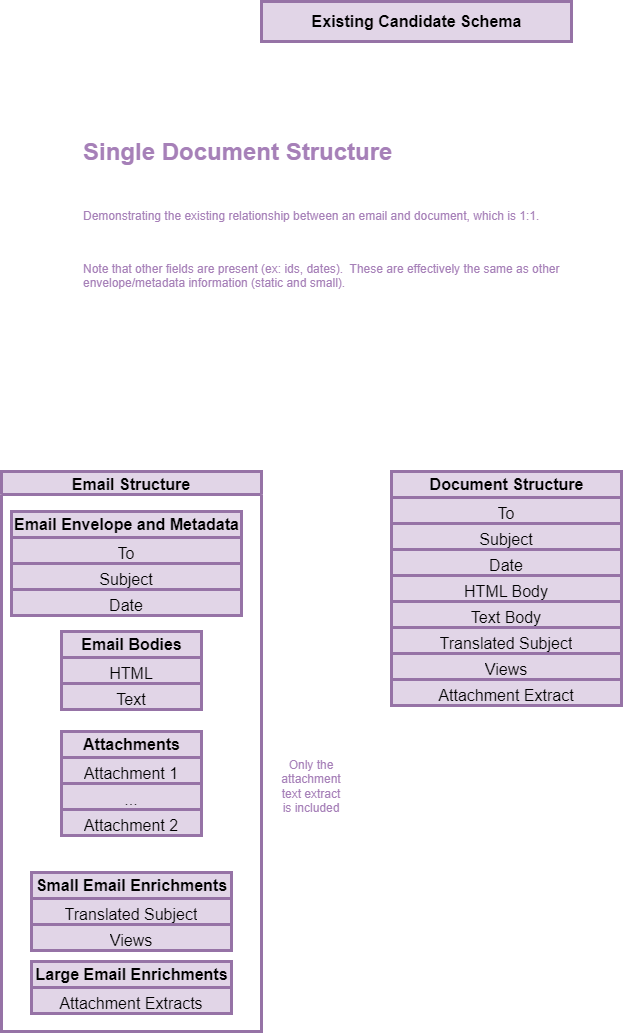
Before: notes/diagrams/existing-candidate.png, a diagram exported from draw.io (maybe-another-name/elastic-things). Source tidied: cells renumbered, new cells last; positions are measured from the earlier drawing's top-left corner, leaving out a move shared by most shapes. The source it was exported from:
```xml
<mxGraphModel>
  <root>
    <mxCell id="0" />
    <mxCell id="1" parent="0" />
    <mxCell id="2" value="Existing Candidate Schema" style="text;strokeColor=#9673a6;fillColor=#e1d5e7;html=1;fontSize=16;fontStyle=1;verticalAlign=middle;align=center;strokeWidth=3;" parent="1" vertex="1">
      <mxGeometry x="260" width="310" height="40" as="geometry" />
    </mxCell>
    <mxCell id="3" value="&lt;h1 style=&quot;margin-top: 0px;&quot;&gt;Single Document Structure&lt;/h1&gt;&lt;div&gt;&lt;br&gt;&lt;/div&gt;&lt;p&gt;Demonstrating the existing relationship between an email and document, which is 1:1.&lt;/p&gt;&lt;p&gt;&lt;br&gt;&lt;/p&gt;&lt;p&gt;Note that other fields are present (ex: ids, dates).&amp;nbsp; These are effectively the same as other envelope/metadata information (static and small).&lt;/p&gt;" style="text;html=1;whiteSpace=wrap;overflow=hidden;rounded=0;fontColor=#A680B8;" parent="1" vertex="1">
      <mxGeometry x="80" y="130" width="530" height="240" as="geometry" />
    </mxCell>
    <mxCell id="4" value="Email Structure" style="swimlane;fillColor=#e1d5e7;strokeColor=#9673a6;fontSize=16;strokeWidth=3;align=center;" parent="1" vertex="1">
      <mxGeometry y="470" width="260" height="560" as="geometry" />
    </mxCell>
    <mxCell id="5" value="&lt;b&gt;Email Envelope and Metadata&lt;/b&gt;" style="swimlane;fontStyle=0;horizontal=1;startSize=26;fillColor=#e1d5e7;html=1;strokeColor=#9673a6;fontSize=16;strokeWidth=3;align=center;" parent="4" vertex="1">
      <mxGeometry x="10" y="40" width="230" height="104" as="geometry" />
    </mxCell>
    <mxCell id="6" value="To" style="text;strokeColor=#9673a6;fillColor=#e1d5e7;align=center;verticalAlign=top;spacingLeft=4;spacingRight=4;overflow=hidden;whiteSpace=wrap;html=1;fontSize=16;strokeWidth=3;" parent="5" vertex="1">
      <mxGeometry y="26" width="230" height="26" as="geometry" />
    </mxCell>
    <mxCell id="7" value="Subject" style="text;strokeColor=#9673a6;fillColor=#e1d5e7;align=center;verticalAlign=top;spacingLeft=4;spacingRight=4;overflow=hidden;whiteSpace=wrap;html=1;fontSize=16;strokeWidth=3;" parent="5" vertex="1">
      <mxGeometry y="52" width="230" height="26" as="geometry" />
    </mxCell>
    <mxCell id="8" value="Date" style="text;strokeColor=#9673a6;fillColor=#e1d5e7;align=center;verticalAlign=top;spacingLeft=4;spacingRight=4;overflow=hidden;whiteSpace=wrap;html=1;fontSize=16;strokeWidth=3;" parent="5" vertex="1">
      <mxGeometry y="78" width="230" height="26" as="geometry" />
    </mxCell>
    <mxCell id="9" value="&lt;b&gt;Attachments&lt;/b&gt;" style="swimlane;fontStyle=0;horizontal=1;startSize=26;fillColor=#e1d5e7;html=1;strokeColor=#9673a6;fontSize=16;strokeWidth=3;align=center;" parent="4" vertex="1">
      <mxGeometry x="60" y="260" width="140" height="104" as="geometry" />
    </mxCell>
    <mxCell id="10" value="Attachment 1" style="text;strokeColor=#9673a6;fillColor=#e1d5e7;align=center;verticalAlign=top;spacingLeft=4;spacingRight=4;overflow=hidden;whiteSpace=wrap;html=1;fontSize=16;strokeWidth=3;" parent="9" vertex="1">
      <mxGeometry y="26" width="140" height="26" as="geometry" />
    </mxCell>
    <mxCell id="11" value="..." style="text;strokeColor=#9673a6;fillColor=#e1d5e7;align=center;verticalAlign=top;spacingLeft=4;spacingRight=4;overflow=hidden;whiteSpace=wrap;html=1;fontSize=16;strokeWidth=3;" parent="9" vertex="1">
      <mxGeometry y="52" width="140" height="26" as="geometry" />
    </mxCell>
    <mxCell id="12" value="Attachment 2" style="text;strokeColor=#9673a6;fillColor=#e1d5e7;align=center;verticalAlign=top;spacingLeft=4;spacingRight=4;overflow=hidden;whiteSpace=wrap;html=1;fontSize=16;strokeWidth=3;" parent="9" vertex="1">
      <mxGeometry y="78" width="140" height="26" as="geometry" />
    </mxCell>
    <mxCell id="13" value="&lt;b&gt;Large Email Enrichments&lt;/b&gt;" style="swimlane;fontStyle=0;horizontal=1;startSize=26;fillColor=#e1d5e7;html=1;strokeColor=#9673a6;fontSize=16;strokeWidth=3;align=center;" parent="4" vertex="1">
      <mxGeometry x="30" y="490" width="200" height="52" as="geometry" />
    </mxCell>
    <mxCell id="14" value="Attachment Extracts" style="text;strokeColor=#9673a6;fillColor=#e1d5e7;align=center;verticalAlign=top;spacingLeft=4;spacingRight=4;overflow=hidden;whiteSpace=wrap;html=1;fontSize=16;strokeWidth=3;" parent="13" vertex="1">
      <mxGeometry y="26" width="200" height="26" as="geometry" />
    </mxCell>
    <mxCell id="15" value="&lt;b&gt;Email Bodies&lt;/b&gt;" style="swimlane;fontStyle=0;horizontal=1;startSize=26;fillColor=#e1d5e7;html=1;strokeColor=#9673a6;fontSize=16;strokeWidth=3;align=center;" parent="4" vertex="1">
      <mxGeometry x="60" y="160" width="140" height="78" as="geometry" />
    </mxCell>
    <mxCell id="16" value="HTML" style="text;strokeColor=#9673a6;fillColor=#e1d5e7;align=center;verticalAlign=top;spacingLeft=4;spacingRight=4;overflow=hidden;whiteSpace=wrap;html=1;fontSize=16;strokeWidth=3;" parent="15" vertex="1">
      <mxGeometry y="26" width="140" height="26" as="geometry" />
    </mxCell>
    <mxCell id="17" value="Text" style="text;strokeColor=#9673a6;fillColor=#e1d5e7;align=center;verticalAlign=top;spacingLeft=4;spacingRight=4;overflow=hidden;whiteSpace=wrap;html=1;fontSize=16;strokeWidth=3;" parent="15" vertex="1">
      <mxGeometry y="52" width="140" height="26" as="geometry" />
    </mxCell>
    <mxCell id="18" value="&lt;b&gt;Small Email Enrichments&lt;/b&gt;" style="swimlane;fontStyle=0;horizontal=1;startSize=26;fillColor=#e1d5e7;html=1;strokeColor=#9673a6;fontSize=16;strokeWidth=3;align=center;" parent="4" vertex="1">
      <mxGeometry x="30" y="401" width="200" height="78" as="geometry" />
    </mxCell>
    <mxCell id="19" value="Translated Subject" style="text;strokeColor=#9673a6;fillColor=#e1d5e7;align=center;verticalAlign=top;spacingLeft=4;spacingRight=4;overflow=hidden;whiteSpace=wrap;html=1;fontSize=16;strokeWidth=3;" parent="18" vertex="1">
      <mxGeometry y="26" width="200" height="26" as="geometry" />
    </mxCell>
    <mxCell id="20" value="Views" style="text;strokeColor=#9673a6;fillColor=#e1d5e7;align=center;verticalAlign=top;spacingLeft=4;spacingRight=4;overflow=hidden;whiteSpace=wrap;html=1;fontSize=16;strokeWidth=3;" parent="18" vertex="1">
      <mxGeometry y="52" width="200" height="26" as="geometry" />
    </mxCell>
    <mxCell id="21" value="&lt;b&gt;Document Structure&lt;/b&gt;" style="swimlane;fontStyle=0;horizontal=1;startSize=26;fillColor=#e1d5e7;html=1;strokeColor=#9673a6;fontSize=16;strokeWidth=3;align=center;" parent="1" vertex="1">
      <mxGeometry x="390" y="470" width="230" height="234" as="geometry" />
    </mxCell>
    <mxCell id="22" value="To" style="text;strokeColor=#9673a6;fillColor=#e1d5e7;align=center;verticalAlign=top;spacingLeft=4;spacingRight=4;overflow=hidden;whiteSpace=wrap;html=1;fontSize=16;strokeWidth=3;" parent="21" vertex="1">
      <mxGeometry y="26" width="230" height="26" as="geometry" />
    </mxCell>
    <mxCell id="23" value="Subject" style="text;strokeColor=#9673a6;fillColor=#e1d5e7;align=center;verticalAlign=top;spacingLeft=4;spacingRight=4;overflow=hidden;whiteSpace=wrap;html=1;fontSize=16;strokeWidth=3;" parent="21" vertex="1">
      <mxGeometry y="52" width="230" height="26" as="geometry" />
    </mxCell>
    <mxCell id="24" value="Date" style="text;strokeColor=#9673a6;fillColor=#e1d5e7;align=center;verticalAlign=top;spacingLeft=4;spacingRight=4;overflow=hidden;whiteSpace=wrap;html=1;fontSize=16;strokeWidth=3;" parent="21" vertex="1">
      <mxGeometry y="78" width="230" height="26" as="geometry" />
    </mxCell>
    <mxCell id="25" value="HTML Body" style="text;strokeColor=#9673a6;fillColor=#e1d5e7;align=center;verticalAlign=top;spacingLeft=4;spacingRight=4;overflow=hidden;whiteSpace=wrap;html=1;fontSize=16;strokeWidth=3;" parent="21" vertex="1">
      <mxGeometry y="104" width="230" height="26" as="geometry" />
    </mxCell>
    <mxCell id="26" value="Text Body" style="text;strokeColor=#9673a6;fillColor=#e1d5e7;align=center;verticalAlign=top;spacingLeft=4;spacingRight=4;overflow=hidden;whiteSpace=wrap;html=1;fontSize=16;strokeWidth=3;" parent="21" vertex="1">
      <mxGeometry y="130" width="230" height="26" as="geometry" />
    </mxCell>
    <mxCell id="27" value="Translated Subject" style="text;strokeColor=#9673a6;fillColor=#e1d5e7;align=center;verticalAlign=top;spacingLeft=4;spacingRight=4;overflow=hidden;whiteSpace=wrap;html=1;fontSize=16;strokeWidth=3;" parent="21" vertex="1">
      <mxGeometry y="156" width="230" height="26" as="geometry" />
    </mxCell>
    <mxCell id="28" value="Views" style="text;strokeColor=#9673a6;fillColor=#e1d5e7;align=center;verticalAlign=top;spacingLeft=4;spacingRight=4;overflow=hidden;whiteSpace=wrap;html=1;fontSize=16;strokeWidth=3;" parent="21" vertex="1">
      <mxGeometry y="182" width="230" height="26" as="geometry" />
    </mxCell>
    <mxCell id="29" value="Attachment Extract" style="text;strokeColor=#9673a6;fillColor=#e1d5e7;align=center;verticalAlign=top;spacingLeft=4;spacingRight=4;overflow=hidden;whiteSpace=wrap;html=1;fontSize=16;strokeWidth=3;" parent="21" vertex="1">
      <mxGeometry y="208" width="230" height="26" as="geometry" />
    </mxCell>
    <mxCell id="30" value="&lt;font color=&quot;#a680b8&quot;&gt;Only the attachment text extract is included&lt;/font&gt;" style="text;html=1;align=center;verticalAlign=middle;whiteSpace=wrap;rounded=0;" parent="1" vertex="1">
      <mxGeometry x="280" y="770" width="60" height="30" as="geometry" />
    </mxCell>
  </root>
</mxGraphModel>
```
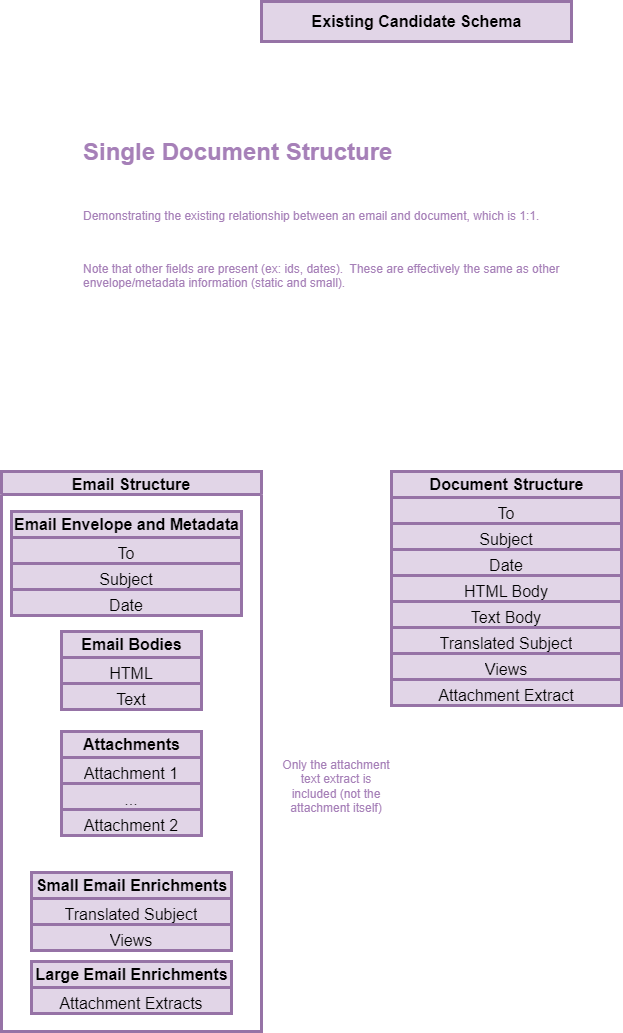
The same diagram one commit later.

The edit, as a diff of the source:
```diff
@@ -86,8 +86,8 @@
     <mxCell id="29" value="Attachment Extract" style="text;strokeColor=#9673a6;fillColor=#e1d5e7;align=center;verticalAlign=top;spacingLeft=4;spacingRight=4;overflow=hidden;whiteSpace=wrap;html=1;fontSize=16;strokeWidth=3;" parent="21" vertex="1">
       <mxGeometry y="208" width="230" height="26" as="geometry" />
     </mxCell>
-    <mxCell id="30" value="&lt;font color=&quot;#a680b8&quot;&gt;Only the attachment text extract is included&lt;/font&gt;" style="text;html=1;align=center;verticalAlign=middle;whiteSpace=wrap;rounded=0;" parent="1" vertex="1">
-      <mxGeometry x="280" y="770" width="60" height="30" as="geometry" />
+    <mxCell id="30" value="&lt;font color=&quot;#a680b8&quot;&gt;Only the attachment text extract is included (not the attachment itself)&lt;/font&gt;" style="text;html=1;align=center;verticalAlign=middle;whiteSpace=wrap;rounded=0;" parent="1" vertex="1">
+      <mxGeometry x="280" y="770" width="110" height="30" as="geometry" />
     </mxCell>
   </root>
 </mxGraphModel>
```
